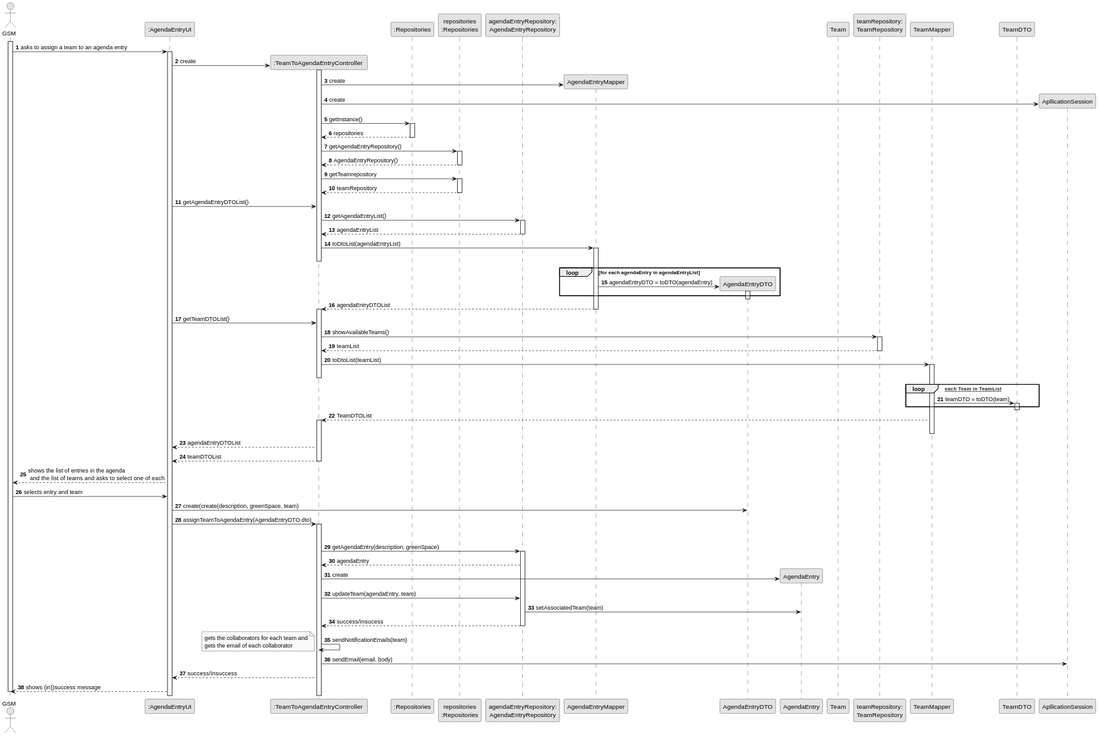
Before: docs/sprintC/us023/03.design/svg/us023-sequence-diagram-full.svg, a diagram exported from PlantUML (Departamento-de-Engenharia-Informatica/lei-24-s2-1do-g164).
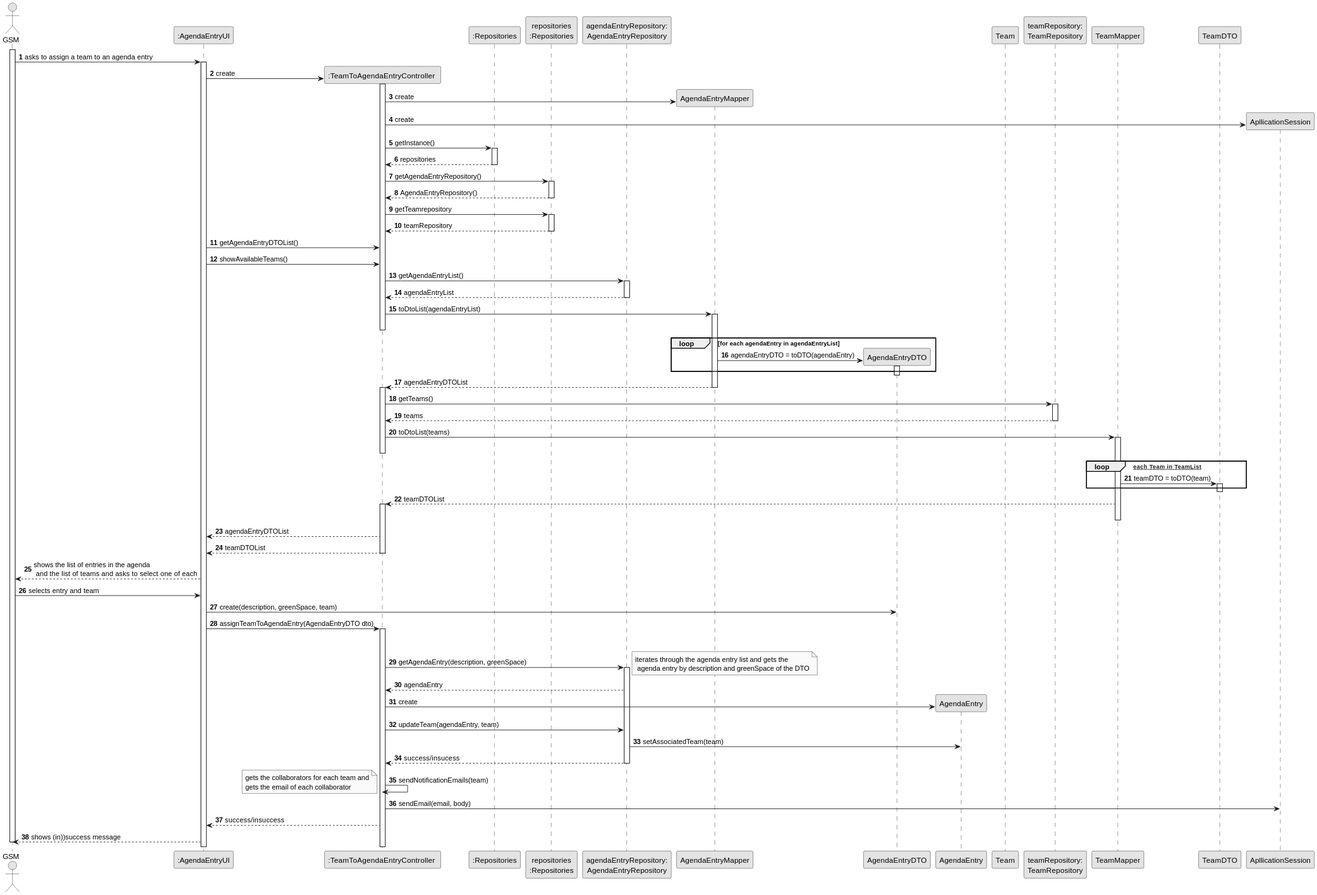
Above is the later version.

Commit message:
us23(docs/implementation): cd updated and dto and mapper for team

What changed in the source:
```diff
@@ -54,6 +54,7 @@
                 deactivate plat
 
                 ui-> ctrl: getAgendaEntryDTOList()
+                ui -> ctrl :   showAvailableTeams()
 
 
                 ctrl -> agendaRepo : getAgendaEntryList()
@@ -79,15 +80,15 @@
                 deactivate agendaMapper
                 activate ctrl
 
-                ui -> ctrl :  getTeamDTOList()
 
-                ctrl -> teamRepo : showAvailableTeams()
+
+                ctrl -> teamRepo :getTeams()
                 activate teamRepo
 
-                teamRepo --> ctrl: teamList
+                teamRepo --> ctrl: teams
                 deactivate teamRepo
 
-                ctrl -> "TeamMapper":  toDtoList(teamList)
+                ctrl -> "TeamMapper":  toDtoList(teams)
                 activate "TeamMapper"
                 deactivate ctrl
                 loop  [for each Team in TeamList]
@@ -97,7 +98,7 @@
 
                 end
                 deactivate TeamDTO
-                "TeamMapper" --> ctrl: TeamDTOList
+                "TeamMapper" --> ctrl: teamDTOList
                    activate ctrl
                  deactivate "TeamMapper"
                  ctrl --> ui : agendaEntryDTOList
@@ -107,7 +108,7 @@
 
                  GSM -> ui: selects entry and team
 
-                 ui->AgendaEntryDTO: create(create(description, greenSpace, team)
+                 ui->AgendaEntryDTO: create(description, greenSpace, team)
 
 
                  ui->ctrl: assignTeamToAgendaEntry(AgendaEntryDTO dto)
@@ -115,6 +116,9 @@
 
                  deactivate AgendaEntryDTO
                  ctrl -> agendaRepo: getAgendaEntry(description, greenSpace)
+
+                 note right: iterates through the agenda entry list and gets the\n agenda entry by description and greenSpace of the DTO
+
 
                  activate agendaRepo
 
```
